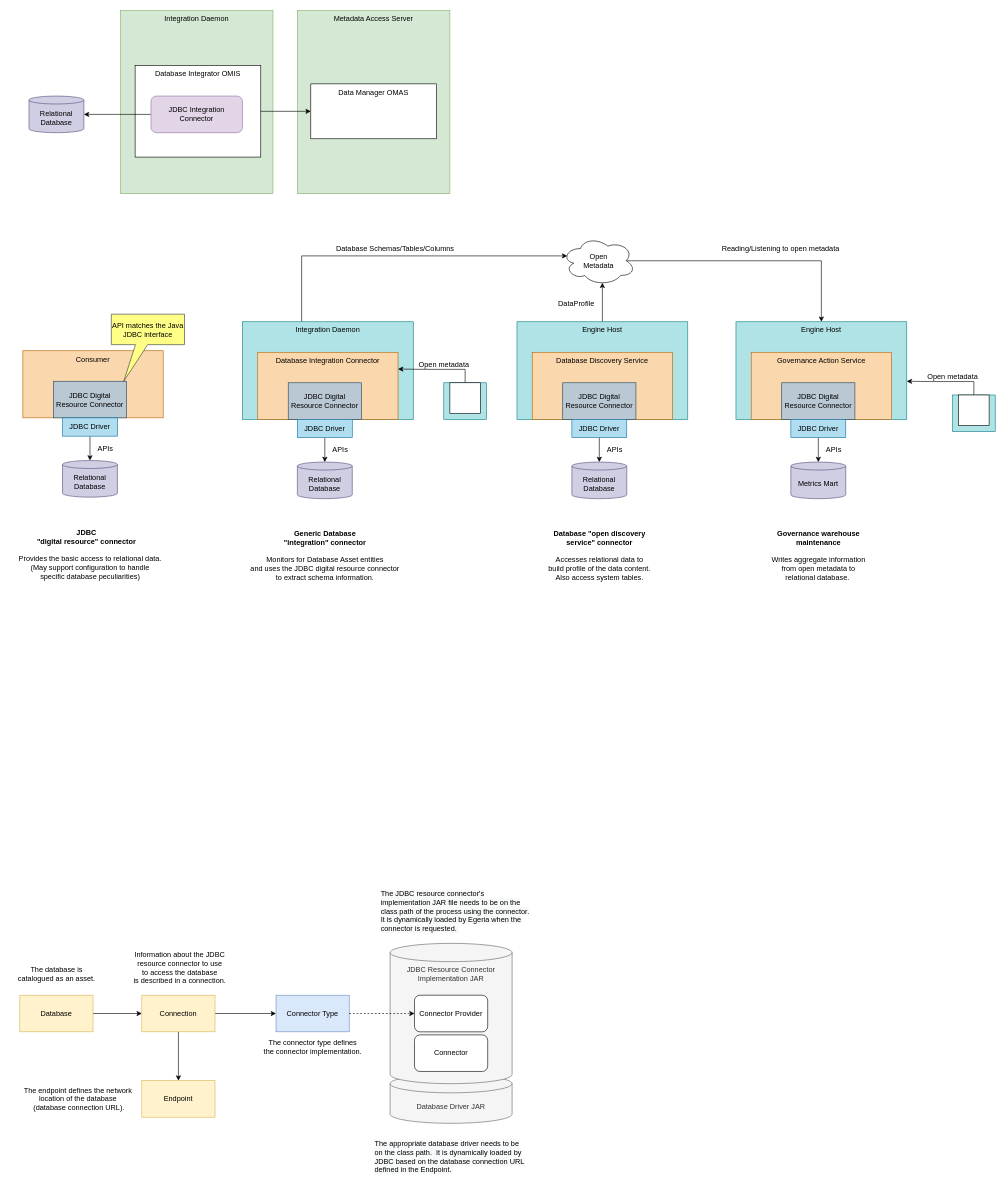
This is page "jdbc-connectors" (7 of 27) of site/docs/connectors/connector-catalog.drawio from odpi/egeria-docs, a draw.io file, before an edit. Source tidied: cells renumbered, new cells numbered last; positions are measured from the earlier drawing's top-left corner, leaving out a move shared by most shapes. Both pictures are drawn from the tidied source at 61%, with x=0, y=0 at pixel (10, 10).
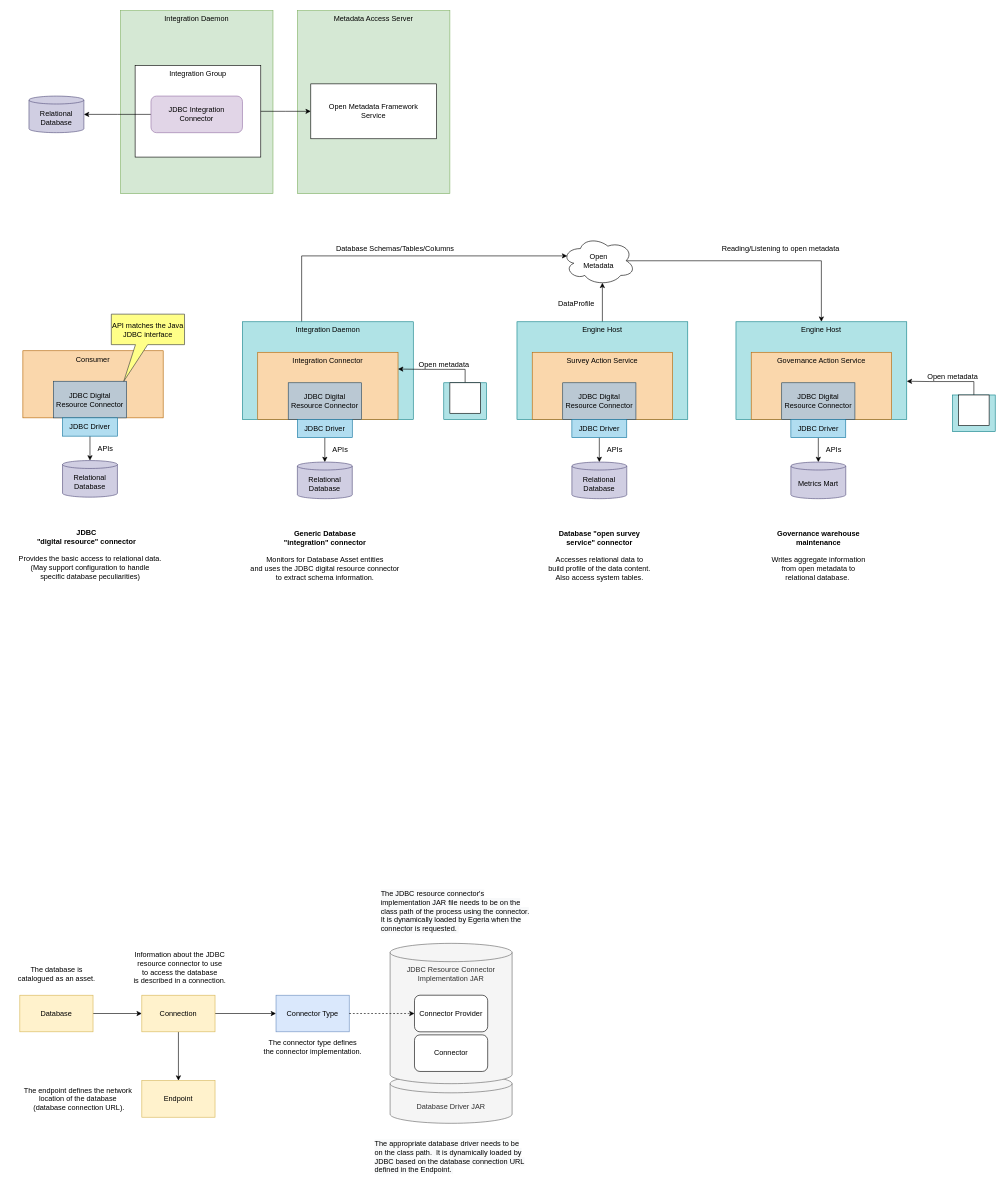
Above is the later version.

What changed in the source:
```diff
@@
-    <mxCell id="4" value="Database Integrator OMIS" style="rounded=0;whiteSpace=wrap;html=1;verticalAlign=top;" parent="1" vertex="1">
+    <mxCell id="4" value="Integration Group" style="rounded=0;whiteSpace=wrap;html=1;verticalAlign=top;" parent="1" vertex="1">
       <mxGeometry x="204" y="90" width="206" height="150" as="geometry" />
     </mxCell>
@@
-    <mxCell id="8" value="Data Manager OMAS" style="rounded=0;whiteSpace=wrap;html=1;verticalAlign=top;" parent="1" vertex="1">
-      <mxGeometry x="492" y="120" width="206" height="90" as="geometry" />
-    </mxCell>
-    <mxCell id="9" style="edgeStyle=orthogonalEdgeStyle;rounded=0;jettySize=auto;html=1;entryX=0;entryY=0.5;entryDx=0;entryDy=0;" parent="1" edge="1" source="4" target="8">
-      <mxGeometry relative="1" as="geometry" />
+    <mxCell id="9" style="edgeStyle=orthogonalEdgeStyle;rounded=0;jettySize=auto;html=1;entryX=0;entryY=0.5;entryDx=0;entryDy=0;" parent="1" edge="1" source="4">
+      <mxGeometry relative="1" as="geometry">
+        <mxPoint x="492" y="165" as="targetPoint" />
+      </mxGeometry>
     </mxCell>
@@
-    <mxCell id="12" value="Database Integration Connector" style="rounded=0;whiteSpace=wrap;html=1;verticalAlign=top;fillColor=#fad7ac;strokeColor=#b46504;" parent="1" vertex="1">
+    <mxCell id="12" value="Integration Connector" style="rounded=0;whiteSpace=wrap;html=1;verticalAlign=top;fillColor=#fad7ac;strokeColor=#b46504;" parent="1" vertex="1">
       <mxGeometry x="405" y="560" width="230" height="110" as="geometry" />
     </mxCell>
@@
-    <mxCell id="26" value="Database Discovery Service" style="rounded=0;whiteSpace=wrap;html=1;verticalAlign=top;fillColor=#fad7ac;strokeColor=#b46504;" parent="1" vertex="1">
+    <mxCell id="26" value="Survey Action Service" style="rounded=0;whiteSpace=wrap;html=1;verticalAlign=top;fillColor=#fad7ac;strokeColor=#b46504;" parent="1" vertex="1">
       <mxGeometry x="855" y="560" width="230" height="110" as="geometry" />
     </mxCell>
@@
-    <mxCell id="28" value="Database &quot;open discovery&lt;br&gt;service&quot; connector" style="text;html=1;align=center;verticalAlign=middle;strokeColor=none;fillColor=none;fontStyle=1;" parent="1" vertex="1">
-      <mxGeometry x="880" y="850" width="170" height="30" as="geometry" />
+    <mxCell id="28" value="Database &quot;open survey&lt;br&gt;service&quot; connector" style="text;html=1;align=center;verticalAlign=middle;strokeColor=none;fillColor=none;fontStyle=1;" parent="1" vertex="1">
+      <mxGeometry x="890" y="845" width="150" height="40" as="geometry" />
     </mxCell>
@@
+    <mxCell id="79" value="Open Metadata Framework&lt;div&gt;Service&lt;/div&gt;" style="rounded=0;whiteSpace=wrap;html=1;verticalAlign=middle;" parent="1" vertex="1">
+      <mxGeometry x="492" y="120" width="206" height="90" as="geometry" />
+    </mxCell>
```
